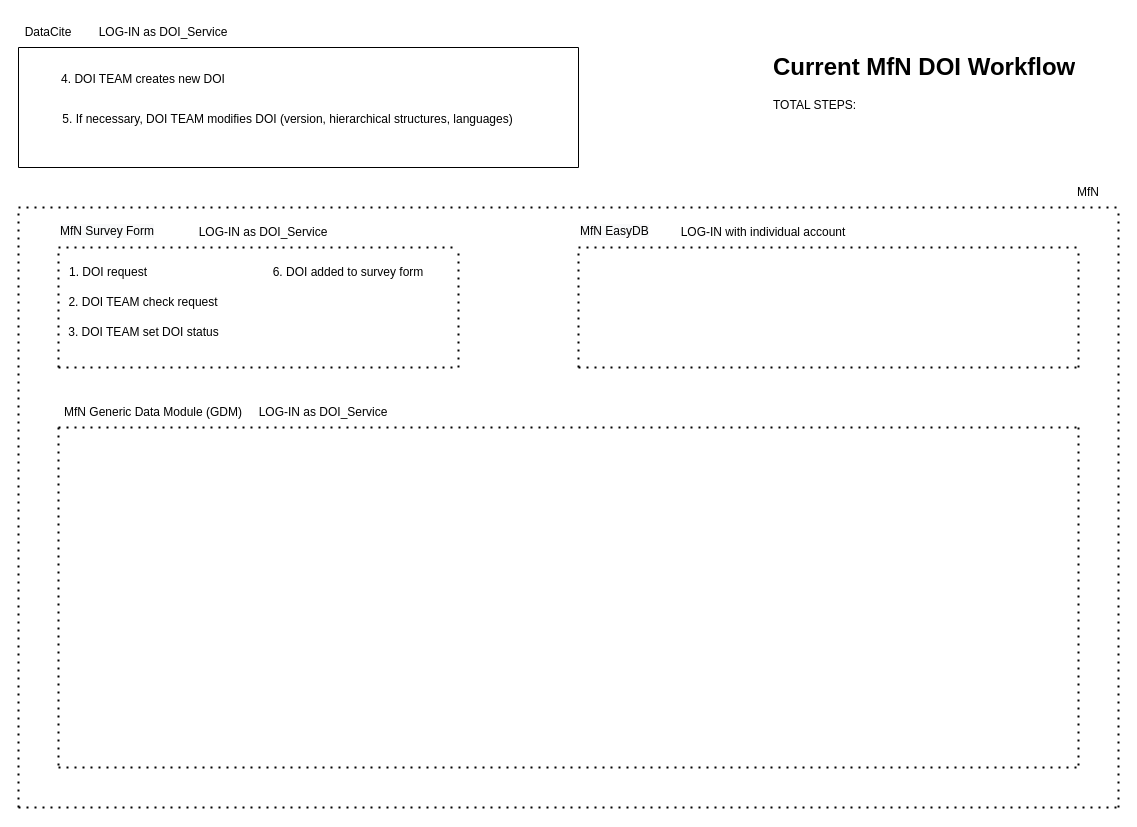
GParolini/ruby_101 keeps this draw.io diagram as Untitled Diagram.drawio. Above is the earlier version. Source tidied: cells renumbered, new cells numbered last; positions are measured from the earlier drawing's top-left corner, leaving out a move shared by most shapes. Both pictures are drawn from the tidied source at 100%, with x=0, y=0 at pixel (18, 17).
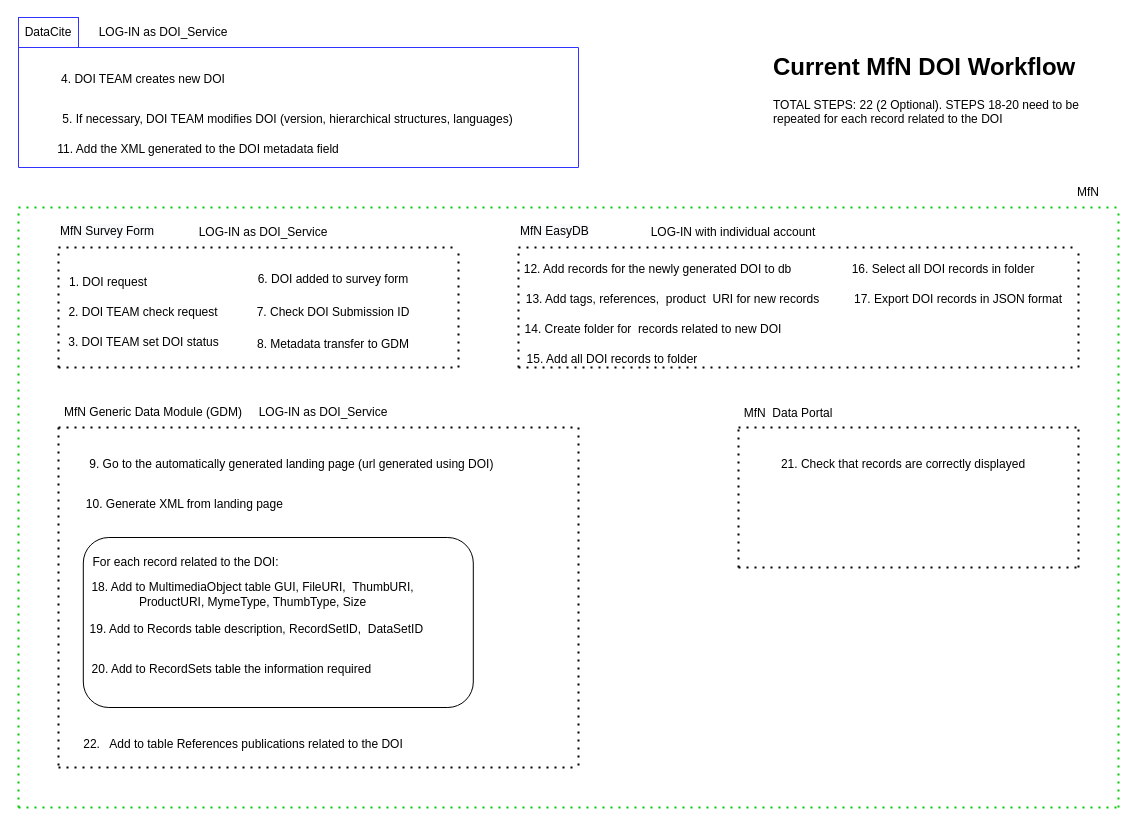
After the change.

Change to the diagram source:
```diff
@@
-    <mxCell id="2" value="&lt;h1&gt;Current MfN DOI Workflow&lt;/h1&gt;&lt;p&gt;TOTAL STEPS:&lt;/p&gt;&lt;p&gt;&lt;br&gt;&lt;/p&gt;" style="text;html=1;strokeColor=none;fillColor=none;spacing=5;spacingTop=-20;whiteSpace=wrap;overflow=hidden;rounded=0;" parent="1" vertex="1">
+    <mxCell id="2" value="&lt;h1&gt;Current MfN DOI Workflow&lt;/h1&gt;&lt;p&gt;TOTAL STEPS: 22 (2 Optional). STEPS 18-20 need to be repeated for each record related to the DOI&lt;/p&gt;&lt;p&gt;&lt;br&gt;&lt;/p&gt;" style="text;html=1;strokeColor=none;fillColor=none;spacing=5;spacingTop=-20;whiteSpace=wrap;overflow=hidden;rounded=0;" parent="1" vertex="1">
       <mxGeometry x="750" y="30" width="350" height="80" as="geometry" />
     </mxCell>
-    <mxCell id="3" style="endArrow=none;dashed=1;html=1;dashPattern=1 3;strokeWidth=2;rounded=0;" parent="1" edge="1">
+    <mxCell id="3" style="endArrow=none;dashed=1;html=1;dashPattern=1 3;strokeWidth=2;rounded=0;strokeColor=#00CC00;" parent="1" edge="1">
       <mxGeometry relative="1" as="geometry">
         <mxPoint y="190" as="sourcePoint" />
         <mxPoint x="1100" y="190" as="targetPoint" />
       </mxGeometry>
     </mxCell>
-    <mxCell id="4" style="endArrow=none;dashed=1;html=1;dashPattern=1 3;strokeWidth=2;rounded=0;" parent="1" edge="1">
+    <mxCell id="4" style="endArrow=none;dashed=1;html=1;dashPattern=1 3;strokeWidth=2;rounded=0;strokeColor=#00CC00;" parent="1" edge="1">
       <mxGeometry relative="1" as="geometry">
         <mxPoint y="790" as="sourcePoint" />
         <mxPoint y="190" as="targetPoint" />
       </mxGeometry>
     </mxCell>
-    <mxCell id="5" style="endArrow=none;dashed=1;html=1;dashPattern=1 3;strokeWidth=2;rounded=0;" parent="1" edge="1">
+    <mxCell id="5" style="endArrow=none;dashed=1;html=1;dashPattern=1 3;strokeWidth=2;rounded=0;strokeColor=#00CC00;" parent="1" edge="1">
       <mxGeometry relative="1" as="geometry">
         <mxPoint x="1100" y="790" as="sourcePoint" />
         <mxPoint x="1100" y="190" as="targetPoint" />
       </mxGeometry>
     </mxCell>
-    <mxCell id="6" style="endArrow=none;dashed=1;html=1;dashPattern=1 3;strokeWidth=2;rounded=0;" parent="1" edge="1">
+    <mxCell id="6" style="endArrow=none;dashed=1;html=1;dashPattern=1 3;strokeWidth=2;rounded=0;strokeColor=#00CC00;" parent="1" edge="1">
       <mxGeometry relative="1" as="geometry">
         <mxPoint y="790" as="sourcePoint" />
         <mxPoint x="1100" y="790" as="targetPoint" />
       </mxGeometry>
     </mxCell>
-    <mxCell id="7" style="endArrow=none;html=1;rounded=0;" parent="1" edge="1">
+    <mxCell id="7" style="endArrow=none;html=1;rounded=0;strokeColor=#3333FF;" parent="1" edge="1">
       <mxGeometry relative="1" as="geometry">
         <mxPoint y="30" as="sourcePoint" />
         <mxPoint x="560" y="30" as="targetPoint" />
       </mxGeometry>
     </mxCell>
-    <mxCell id="8" style="endArrow=none;html=1;rounded=0;" parent="1" edge="1">
+    <mxCell id="8" style="endArrow=none;html=1;rounded=0;strokeColor=#3333FF;" parent="1" edge="1">
       <mxGeometry relative="1" as="geometry">
         <mxPoint y="150" as="sourcePoint" />
         <mxPoint y="30" as="targetPoint" />
       </mxGeometry>
     </mxCell>
-    <mxCell id="9" style="endArrow=none;html=1;rounded=0;" parent="1" edge="1">
+    <mxCell id="9" style="endArrow=none;html=1;rounded=0;strokeColor=#3333FF;" parent="1" edge="1">
       <mxGeometry relative="1" as="geometry">
         <mxPoint y="150" as="sourcePoint" />
         <mxPoint x="560" y="150" as="targetPoint" />
       </mxGeometry>
     </mxCell>
-    <mxCell id="10" style="endArrow=none;html=1;rounded=0;" parent="1" edge="1">
+    <mxCell id="10" style="endArrow=none;html=1;rounded=0;strokeColor=#3333FF;" parent="1" edge="1">
       <mxGeometry relative="1" as="geometry">
         <mxPoint x="560" y="150" as="sourcePoint" />
         <mxPoint x="560" y="30" as="targetPoint" />
       </mxGeometry>
     </mxCell>
-    <mxCell id="11" value="DataCite" style="text;html=1;strokeColor=none;fillColor=none;align=center;verticalAlign=middle;whiteSpace=wrap;rounded=0;" parent="1" vertex="1">
+    <mxCell id="11" value="DataCite" style="text;html=1;strokeColor=#3333FF;fillColor=none;align=center;verticalAlign=middle;whiteSpace=wrap;rounded=0;" parent="1" vertex="1">
       <mxGeometry width="60" height="30" as="geometry" />
     </mxCell>
@@
     <mxCell id="18" style="endArrow=none;dashed=1;html=1;dashPattern=1 3;strokeWidth=2;rounded=0;" parent="1" edge="1">
       <mxGeometry relative="1" as="geometry">
         <mxPoint x="40" y="410" as="sourcePoint" />
-        <mxPoint x="1060" y="410" as="targetPoint" />
+        <mxPoint x="560" y="410" as="targetPoint" />
       </mxGeometry>
     </mxCell>
@@
     <mxCell id="20" style="endArrow=none;dashed=1;html=1;dashPattern=1 3;strokeWidth=2;rounded=0;" parent="1" edge="1">
       <mxGeometry relative="1" as="geometry">
         <mxPoint x="40" y="750" as="sourcePoint" />
-        <mxPoint x="1060" y="750" as="targetPoint" />
+        <mxPoint x="560" y="750" as="targetPoint" />
       </mxGeometry>
     </mxCell>
     <mxCell id="21" style="endArrow=none;dashed=1;html=1;dashPattern=1 3;strokeWidth=2;rounded=0;" parent="1" edge="1">
       <mxGeometry relative="1" as="geometry">
-        <mxPoint x="1060" y="410" as="sourcePoint" />
-        <mxPoint x="1060" y="750" as="targetPoint" />
+        <mxPoint x="560" y="410" as="sourcePoint" />
+        <mxPoint x="560" y="750" as="targetPoint" />
       </mxGeometry>
     </mxCell>
@@
     <mxCell id="23" style="endArrow=none;dashed=1;html=1;dashPattern=1 3;strokeWidth=2;rounded=0;" parent="1" edge="1">
       <mxGeometry relative="1" as="geometry">
-        <mxPoint x="560" y="230" as="sourcePoint" />
+        <mxPoint x="500" y="230" as="sourcePoint" />
         <mxPoint x="1060" y="230" as="targetPoint" />
       </mxGeometry>
     </mxCell>
     <mxCell id="24" style="endArrow=none;dashed=1;html=1;dashPattern=1 3;strokeWidth=2;rounded=0;" parent="1" edge="1">
       <mxGeometry relative="1" as="geometry">
-        <mxPoint x="560" y="350" as="sourcePoint" />
+        <mxPoint x="500" y="350" as="sourcePoint" />
         <mxPoint x="1060" y="350" as="targetPoint" />
       </mxGeometry>
     </mxCell>
     <mxCell id="25" style="endArrow=none;dashed=1;html=1;dashPattern=1 3;strokeWidth=2;rounded=0;" parent="1" edge="1">
       <mxGeometry relative="1" as="geometry">
-        <mxPoint x="560" y="350" as="sourcePoint" />
-        <mxPoint x="560" y="230" as="targetPoint" />
+        <mxPoint x="500" y="350" as="sourcePoint" />
+        <mxPoint x="500" y="230" as="targetPoint" />
       </mxGeometry>
     </mxCell>
@@
     <mxCell id="27" value="&lt;span style=&quot;caret-color: rgb(0, 0, 0); color: rgb(0, 0, 0); font-family: Helvetica; font-size: 12px; font-style: normal; font-variant-caps: normal; font-weight: 400; letter-spacing: normal; text-align: center; text-indent: 0px; text-transform: none; word-spacing: 0px; -webkit-text-stroke-width: 0px; background-color: rgb(248, 249, 250); text-decoration: none; float: none; display: inline !important;&quot;&gt;MfN EasyDB&lt;/span&gt;" style="text;whiteSpace=wrap;html=1;" parent="1" vertex="1">
-      <mxGeometry x="560" y="200" width="130" height="40" as="geometry" />
+      <mxGeometry x="500" y="200" width="130" height="40" as="geometry" />
     </mxCell>
     <mxCell id="28" value="1. DOI request" style="text;html=1;strokeColor=none;fillColor=none;align=center;verticalAlign=middle;whiteSpace=wrap;rounded=0;" parent="1" vertex="1">
-      <mxGeometry x="20" y="240" width="140" height="30" as="geometry" />
+      <mxGeometry x="20" y="250" width="140" height="30" as="geometry" />
     </mxCell>
     <mxCell id="29" value="2. DOI TEAM check request" style="text;html=1;strokeColor=none;fillColor=none;align=center;verticalAlign=middle;whiteSpace=wrap;rounded=0;" parent="1" vertex="1">
-      <mxGeometry x="40" y="270" width="170" height="30" as="geometry" />
+      <mxGeometry x="40" y="280" width="170" height="30" as="geometry" />
     </mxCell>
     <mxCell id="30" value="3. DOI TEAM set DOI status" style="text;html=1;strokeColor=none;fillColor=none;align=center;verticalAlign=middle;whiteSpace=wrap;rounded=0;" parent="1" vertex="1">
-      <mxGeometry x="41" y="300" width="169" height="30" as="geometry" />
+      <mxGeometry x="41" y="310" width="169" height="30" as="geometry" />
     </mxCell>
@@
     <mxCell id="34" value="LOG-IN with individual account" style="text;html=1;strokeColor=none;fillColor=none;align=center;verticalAlign=middle;whiteSpace=wrap;rounded=0;" parent="1" vertex="1">
-      <mxGeometry x="640" y="200" width="210" height="30" as="geometry" />
+      <mxGeometry x="610" y="200" width="210" height="30" as="geometry" />
     </mxCell>
@@
-    <mxCell id="37" value="6. DOI added to survey form" style="text;html=1;strokeColor=none;fillColor=none;align=center;verticalAlign=middle;whiteSpace=wrap;rounded=0;" parent="1" vertex="1">
-      <mxGeometry x="240" y="240" width="180" height="30" as="geometry" />
+    <mxCell id="37" value="6. DOI added to survey form" style="text;html=1;strokeColor=none;fillColor=none;align=center;verticalAlign=left;whiteSpace=wrap;rounded=0;" parent="1" vertex="1">
+      <mxGeometry x="230" y="240" width="170" height="30" as="geometry" />
     </mxCell>
+    <mxCell id="38" value="7. Check DOI Submission ID" style="text;html=1;strokeColor=none;fillColor=none;align=center;verticalAlign=middle;whiteSpace=wrap;rounded=0;" parent="1" vertex="1">
+      <mxGeometry x="230" y="280" width="170" height="30" as="geometry" />
+    </mxCell>
+    <mxCell id="39" value="8. Metadata transfer to GDM" style="text;html=1;strokeColor=none;fillColor=none;align=center;verticalAlign=left;whiteSpace=wrap;rounded=0;" parent="1" vertex="1">
+      <mxGeometry x="230" y="310" width="170" height="20" as="geometry" />
+    </mxCell>
+    <mxCell id="40" value="9. Go to the automatically generated landing page (url generated using DOI)&amp;nbsp;" style="text;html=1;strokeColor=none;fillColor=none;align=center;verticalAlign=left;whiteSpace=wrap;rounded=0;" parent="1" vertex="1">
+      <mxGeometry x="60" y="430" width="430" height="20" as="geometry" />
+    </mxCell>
+    <mxCell id="41" value="10. Generate XML from landing page&amp;nbsp;" style="text;html=1;strokeColor=none;fillColor=none;align=center;verticalAlign=left;whiteSpace=wrap;rounded=0;" parent="1" vertex="1">
+      <mxGeometry x="64.8" y="470" width="205.5" height="20" as="geometry" />
+    </mxCell>
+    <mxCell id="42" value="11. Add the XML generated to the DOI metadata field" style="text;html=1;strokeColor=none;fillColor=none;align=center;verticalAlign=left;whiteSpace=wrap;rounded=0;" parent="1" vertex="1">
+      <mxGeometry x="30" y="110" width="300" height="30" as="geometry" />
+    </mxCell>
+    <mxCell id="43" value="12. Add records for the newly generated DOI to db" style="text;html=1;strokeColor=none;fillColor=none;align=center;verticalAlign=left;whiteSpace=wrap;rounded=0;" parent="1" vertex="1">
+      <mxGeometry x="499" y="230" width="281" height="30" as="geometry" />
+    </mxCell>
+    <mxCell id="44" value="13. Add tags, references, &amp;nbsp;product &amp;nbsp;URI for new records" style="text;html=1;strokeColor=none;fillColor=none;align=center;verticalAlign=left;whiteSpace=wrap;rounded=0;" parent="1" vertex="1">
+      <mxGeometry x="499" y="260" width="311" height="30" as="geometry" />
+    </mxCell>
+    <mxCell id="45" value="14. Create folder for &amp;nbsp;records related to new DOI" style="text;html=1;strokeColor=none;fillColor=none;align=center;verticalAlign=left;whiteSpace=wrap;rounded=0;" parent="1" vertex="1">
+      <mxGeometry x="480" y="290" width="310" height="30" as="geometry" />
+    </mxCell>
+    <mxCell id="46" value="15. Add all DOI records to folder" style="text;html=1;strokeColor=none;fillColor=none;align=center;verticalAlign=left;whiteSpace=wrap;rounded=0;" parent="1" vertex="1">
+      <mxGeometry x="499" y="320" width="190" height="30" as="geometry" />
+    </mxCell>
+    <mxCell id="47" value="16. Select all DOI records in folder" style="text;html=1;strokeColor=none;fillColor=none;align=center;verticalAlign=left;whiteSpace=wrap;rounded=0;" parent="1" vertex="1">
+      <mxGeometry x="770" y="230" width="310" height="30" as="geometry" />
+    </mxCell>
+    <mxCell id="48" value="17. Export DOI records in JSON format" style="text;html=1;strokeColor=none;fillColor=none;align=center;verticalAlign=left;whiteSpace=wrap;rounded=0;" parent="1" vertex="1">
+      <mxGeometry x="800" y="260" width="280" height="30" as="geometry" />
+    </mxCell>
+    <mxCell id="49" style="rounded=1;whiteSpace=wrap;html=1;" parent="1" vertex="1">
+      <mxGeometry x="64.8" y="520" width="390" height="170" as="geometry" />
+    </mxCell>
+    <mxCell id="50" value="For each record related to the DOI:" style="text;html=1;strokeColor=none;fillColor=none;align=center;verticalAlign=middle;whiteSpace=wrap;rounded=0;" parent="1" vertex="1">
+      <mxGeometry x="30" y="530" width="275" height="30" as="geometry" />
+    </mxCell>
+    <mxCell id="51" value="18. Add to MultimediaObject table GUI, FileURI, &amp;nbsp;ThumbURI, ProductURI, MymeType, ThumbType, Size" style="text;html=1;strokeColor=none;fillColor=none;align=center;verticalAlign=left;whiteSpace=wrap;rounded=0;" parent="1" vertex="1">
+      <mxGeometry x="40" y="550" width="389" height="40" as="geometry" />
+    </mxCell>
+    <mxCell id="52" value="19. Add to Records table description, RecordSetID, &amp;nbsp;DataSetID&amp;nbsp;" style="text;html=1;strokeColor=none;fillColor=none;align=center;verticalAlign=left;whiteSpace=wrap;rounded=0;" parent="1" vertex="1">
+      <mxGeometry x="50" y="585" width="380" height="40" as="geometry" />
+    </mxCell>
+    <mxCell id="53" value="20. Add to RecordSets table the information required&amp;nbsp;" style="text;html=1;strokeColor=none;fillColor=none;align=center;verticalAlign=left;whiteSpace=wrap;rounded=0;" parent="1" vertex="1">
+      <mxGeometry x="50" y="625" width="330" height="40" as="geometry" />
+    </mxCell>
+    <mxCell id="54" style="endArrow=none;dashed=1;html=1;dashPattern=1 3;strokeWidth=2;rounded=0;" parent="1" edge="1">
+      <mxGeometry relative="1" as="geometry">
+        <mxPoint x="720" y="410" as="sourcePoint" />
+        <mxPoint x="1060" y="410" as="targetPoint" />
+      </mxGeometry>
+    </mxCell>
+    <mxCell id="55" style="endArrow=none;dashed=1;html=1;dashPattern=1 3;strokeWidth=2;rounded=0;" parent="1" edge="1">
+      <mxGeometry relative="1" as="geometry">
+        <mxPoint x="720" y="550" as="sourcePoint" />
+        <mxPoint x="1060" y="550" as="targetPoint" />
+      </mxGeometry>
+    </mxCell>
+    <mxCell id="56" style="endArrow=none;dashed=1;html=1;dashPattern=1 3;strokeWidth=2;rounded=0;" parent="1" edge="1">
+      <mxGeometry relative="1" as="geometry">
+        <mxPoint x="720" y="550" as="sourcePoint" />
+        <mxPoint x="720" y="410" as="targetPoint" />
+      </mxGeometry>
+    </mxCell>
+    <mxCell id="57" style="endArrow=none;dashed=1;html=1;dashPattern=1 3;strokeWidth=2;rounded=0;" parent="1" edge="1">
+      <mxGeometry relative="1" as="geometry">
+        <mxPoint x="1060" y="550" as="sourcePoint" />
+        <mxPoint x="1060" y="410" as="targetPoint" />
+      </mxGeometry>
+    </mxCell>
+    <mxCell id="58" value="MfN &amp;nbsp;Data Portal" style="text;html=1;strokeColor=none;fillColor=none;align=center;verticalAlign=left;whiteSpace=wrap;rounded=0;" parent="1" vertex="1">
+      <mxGeometry x="710" y="374" width="120" height="30" as="geometry" />
+    </mxCell>
+    <mxCell id="59" value="21. Check that records are correctly displayed" style="text;html=1;strokeColor=none;fillColor=none;align=center;verticalAlign=left;whiteSpace=wrap;rounded=0;" parent="1" vertex="1">
+      <mxGeometry x="720" y="420" width="330" height="40" as="geometry" />
+    </mxCell>
+    <mxCell id="60" value="22. &amp;nbsp; Add to table References publications related to the DOI" style="text;html=1;strokeColor=none;fillColor=none;align=center;verticalAlign=left;whiteSpace=wrap;rounded=0;" parent="1" vertex="1">
+      <mxGeometry x="60" y="700" width="330" height="40" as="geometry" />
+    </mxCell>
+    <mxCell id="61" style="edgeStyle=none;rounded=0;orthogonalLoop=1;jettySize=auto;html=1;exitX=0.25;exitY=1;exitDx=0;exitDy=0;" parent="1" edge="1" source="40" target="40">
+      <mxGeometry relative="1" as="geometry" />
+    </mxCell>
```
